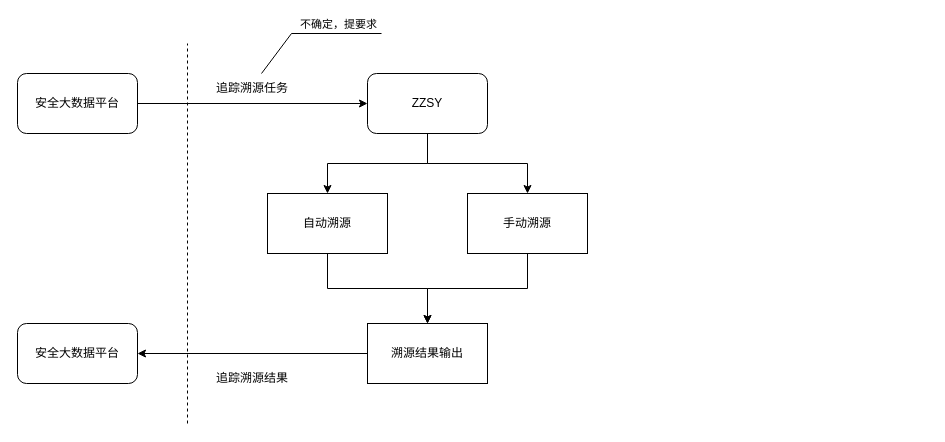
popvlovs/popvlovs-repository keeps this draw.io diagram as JDXH-workflow.drawio. Above is the earlier version. Source tidied: cells renumbered, new cells numbered last; positions are measured from the earlier drawing's top-left corner, leaving out a move shared by most shapes. Both pictures are drawn from the tidied source at 100%, with x=0, y=0 at pixel (17, 33).
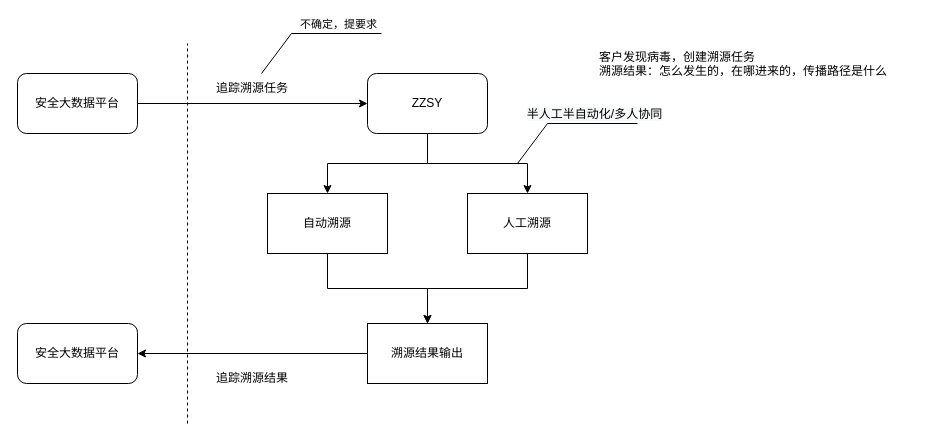
The same diagram, later.

What changed in the source:
```diff
@@
-    <mxCell id="12" value="手动溯源" style="rounded=0;whiteSpace=wrap;html=1;" parent="1" vertex="1">
+    <mxCell id="12" value="人工溯源" style="rounded=0;whiteSpace=wrap;html=1;" parent="1" vertex="1">
       <mxGeometry x="450" y="160" width="120" height="60" as="geometry" />
     </mxCell>
@@
+    <mxCell id="19" style="endArrow=none;html=1;rounded=0;endFill=0;" parent="1" edge="1">
+      <mxGeometry relative="1" as="geometry">
+        <mxPoint x="500" y="130" as="sourcePoint" />
+        <mxPoint x="620" y="90" as="targetPoint" />
+        <Array as="points">
+          <mxPoint x="530" y="90" />
+        </Array>
+      </mxGeometry>
+    </mxCell>
+    <mxCell id="20" value="&lt;span style=&quot;font-size: 12px ; background-color: rgb(248 , 249 , 250)&quot;&gt;半人工半自动化/多人协同&lt;/span&gt;" style="edgeLabel;html=1;align=center;verticalAlign=middle;" parent="19" vertex="1">
+      <mxGeometry relative="1" as="geometry">
+        <mxPoint x="26" y="-10" as="offset" />
+      </mxGeometry>
+    </mxCell>
+    <mxCell id="21" value="客户发现病毒，创建溯源任务&lt;br&gt;溯源结果：怎么发生的，在哪进来的，传播路径是什么" style="text;whiteSpace=wrap;html=1;" parent="1" vertex="1">
+      <mxGeometry x="580" y="10" width="330" height="60" as="geometry" />
+    </mxCell>
```
